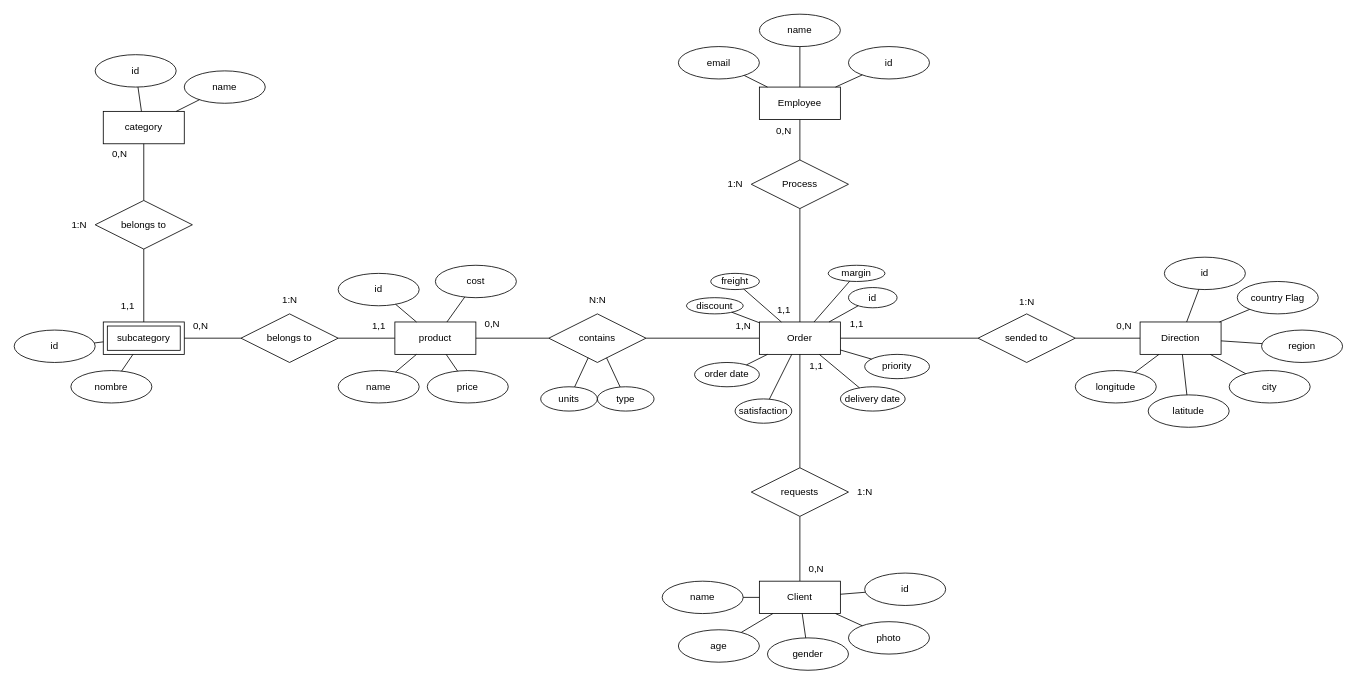
Earlier version of the draw.io diagram entidad-relacion-taller.drawio (AlejandroFV74/Taller_1_Administracion_Base_de_Datos). Source tidied: cells renumbered, new cells numbered last; positions are measured from the earlier drawing's top-left corner, leaving out a move shared by most shapes. Both pictures are drawn from the tidied source at 81%, with x=0, y=0 at pixel (14, 14).
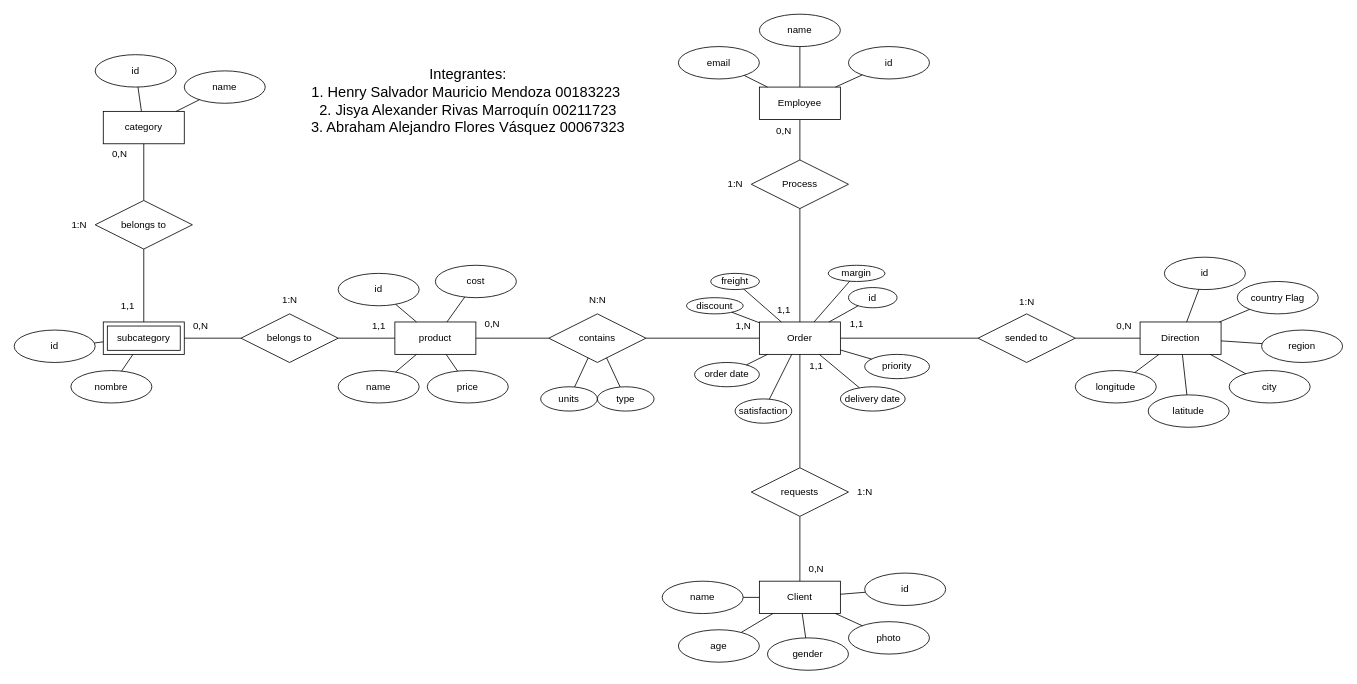
The same page after the edit.

Commit message (it also covers changes not shown here):
modelo entidad relacion en ingles + nombres + png y .drawio

What changed in the source:
```diff
@@
+    <mxCell id="109" value="&lt;div&gt;&lt;span style=&quot;font-size: 18px;&quot;&gt;Integrantes:&lt;/span&gt;&lt;/div&gt;&lt;div&gt;&lt;span style=&quot;font-size: 18px;&quot;&gt;1. Henry Salvador Mauricio Mendoza 00183223&amp;nbsp;&lt;/span&gt;&lt;/div&gt;&lt;div&gt;&lt;span style=&quot;font-size: 18px;&quot;&gt;2. Jisya Alexander Rivas Marroquín 00211723&lt;/span&gt;&lt;/div&gt;&lt;div&gt;&lt;span style=&quot;font-size: 18px;&quot;&gt;3. Abraham Alejandro Flores Vásquez 00067323&lt;/span&gt;&lt;/div&gt;" style="text;html=1;align=center;verticalAlign=middle;strokeColor=none;fillColor=none;" parent="1" vertex="1">
+      <mxGeometry x="355" y="58" width="410" height="100" as="geometry" />
+    </mxCell>
```
